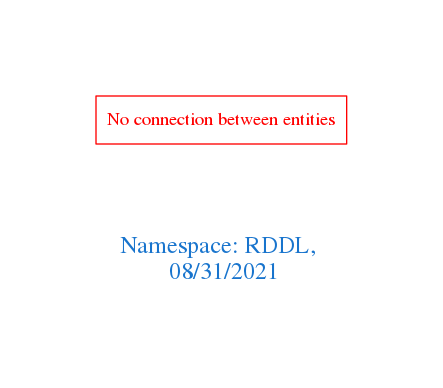
Earlier version of the Graphviz export downloads/RDDL.png (arago/OGIT). Its source is kept beside it as downloads/RDDL.dot.
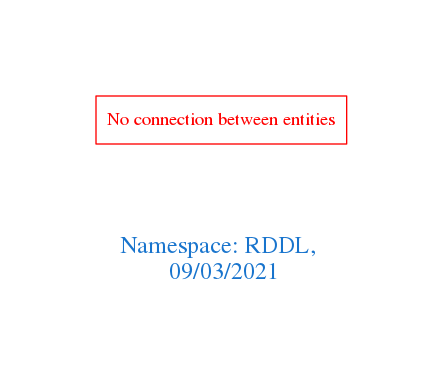
Later version of the same file.

Diff of the diagram source:
```diff
@@ -1,7 +1,7 @@
 digraph OGIT_ontology {
  graph [ rankdir= LR,pad=1
 fontsize = 18,
-fontcolor= dodgerblue3,label = "\n\n\nNamespace: RDDL, \n 08/31/2021"];
+fontcolor= dodgerblue3,label = "\n\n\nNamespace: RDDL, \n 09/03/2021"];
 node[shape=polygon];
 edge [  color="gray81"];
 
```
